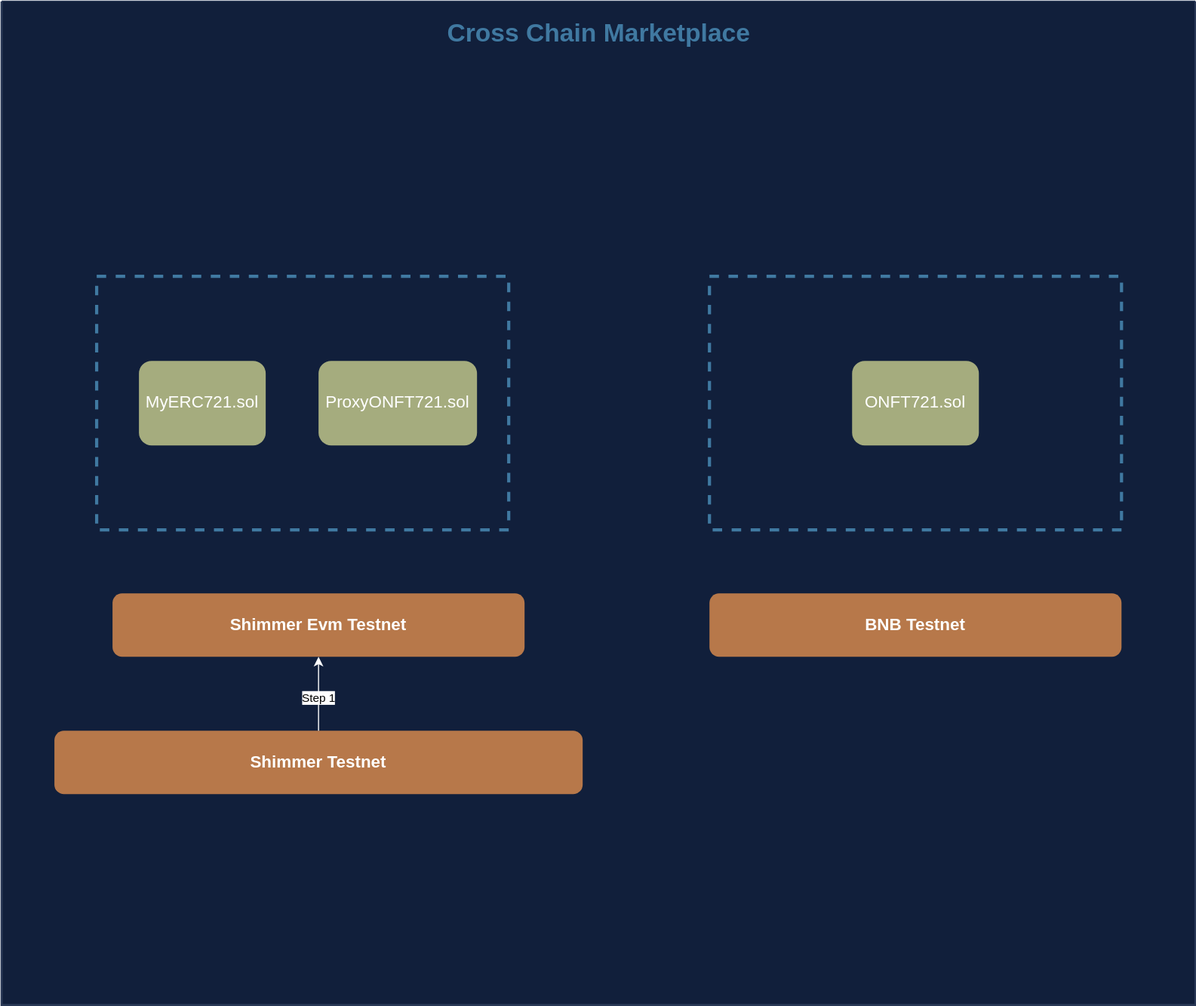
Earlier version of the draw.io export imgs/Architecture.drawio.svg (iota-community/ISC---cross-chain-NFT-Marketplace). Source tidied: cells renumbered, new cells last; positions are measured from the earlier drawing's top-left corner, leaving out a move shared by most shapes.
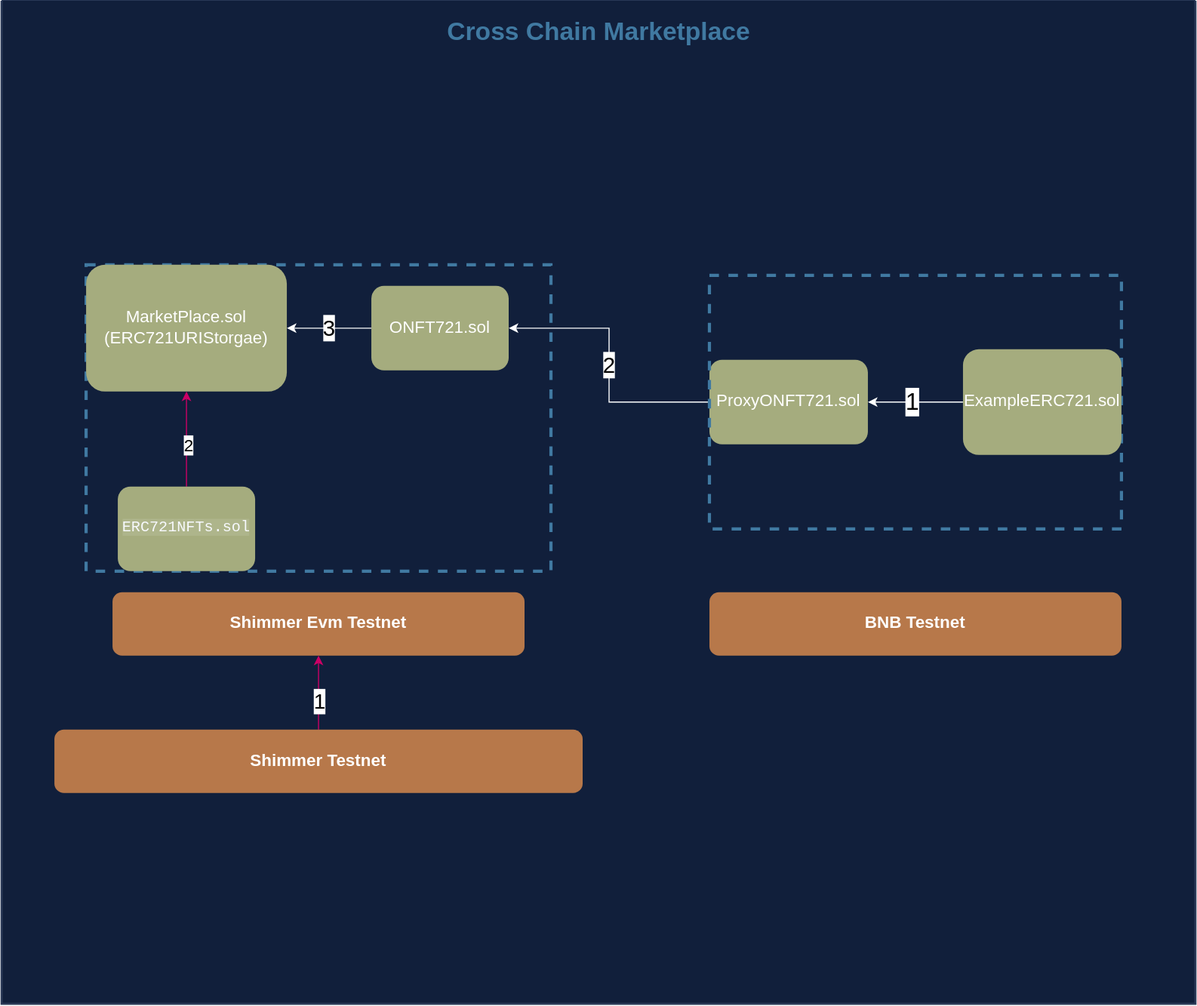
The same diagram one commit later.

Diff of the diagram source:
```diff
@@ -20,6 +20,12 @@
         <mxPoint y="-17" as="offset" />
       </mxGeometry>
     </mxCell>
+    <mxCell id="16" style="edgeStyle=orthogonalEdgeStyle;rounded=0;jettySize=auto;html=1;exitX=0.5;exitY=0;exitDx=0;exitDy=0;entryX=0.5;entryY=1;entryDx=0;entryDy=0;strokeColor=#CC0066;" parent="2" edge="1" source="6" target="7">
+      <mxGeometry relative="1" as="geometry" />
+    </mxCell>
+    <mxCell id="17" value="&lt;font style=&quot;font-size: 20px;&quot;&gt;1&lt;/font&gt;" style="edgeLabel;html=1;align=center;verticalAlign=middle;" parent="16" vertex="1">
+      <mxGeometry x="-0.21" relative="1" as="geometry" />
+    </mxCell>
     <mxCell id="6" value="&lt;span style=&quot;line-height: 1; font-size: 16px;&quot;&gt;&lt;font style=&quot;font-size: 16px;&quot;&gt;&lt;b&gt;Shimmer Testnet&lt;/b&gt;&lt;/font&gt;&lt;/span&gt;" style="rounded=1;whiteSpace=wrap;html=1;fontFamily=Helvetica;fontSize=16;fillColor=#B7784A;spacingBottom=3;strokeColor=none;fontColor=#FFFFFF;" parent="2" vertex="1">
       <mxGeometry x="50" y="690" width="500" height="60" as="geometry" />
     </mxCell>
@@ -29,28 +35,47 @@
     <mxCell id="8" value="&lt;span style=&quot;line-height: 1; font-size: 16px;&quot;&gt;&lt;font style=&quot;font-size: 16px;&quot;&gt;&lt;b&gt;BNB Testnet&lt;/b&gt;&lt;/font&gt;&lt;/span&gt;" style="rounded=1;whiteSpace=wrap;html=1;fontFamily=Helvetica;fontSize=16;fillColor=#B7784A;spacingBottom=3;strokeColor=none;fontColor=#FFFFFF;" parent="2" vertex="1">
       <mxGeometry x="670" y="560" width="390" height="60" as="geometry" />
     </mxCell>
-    <mxCell id="9" style="endArrow=classic;html=1;rounded=0;exitX=0.5;exitY=0;exitDx=0;exitDy=0;strokeColor=#FFFFFF;" parent="2" edge="1" source="6">
-      <mxGeometry relative="1" as="geometry">
-        <mxPoint x="300" y="620" as="targetPoint" />
-      </mxGeometry>
-    </mxCell>
-    <mxCell id="10" value="Step 1" style="edgeLabel;html=1;align=center;verticalAlign=middle;" parent="9" vertex="1">
-      <mxGeometry x="-0.09" y="1" relative="1" as="geometry" />
-    </mxCell>
     <mxCell id="11" style="rounded=0;whiteSpace=wrap;html=1;dashed=1;fontFamily=Helvetica;fontSize=16;fontColor=#4079A1;strokeColor=#4079A1;strokeWidth=3;fillColor=none;fontStyle=1;spacingRight=0;align=left;spacingLeft=14;" parent="2" vertex="1">
-      <mxGeometry x="90" y="260" width="390" height="240" as="geometry" />
+      <mxGeometry x="80" y="250" width="440" height="290" as="geometry" />
     </mxCell>
-    <mxCell id="12" value="MyERC721.sol" style="rounded=1;whiteSpace=wrap;html=1;fontFamily=Helvetica;fontSize=16;fillColor=#A5AC7E;spacingBottom=3;strokeColor=none;fontColor=#FFFFFF;" parent="2" vertex="1">
-      <mxGeometry x="130" y="340" width="120" height="80" as="geometry" />
+    <mxCell id="12" value="MarketPlace.sol&lt;div&gt;(ERC721URIStorgae)&lt;/div&gt;" style="rounded=1;whiteSpace=wrap;html=1;fontFamily=Helvetica;fontSize=16;fillColor=#A5AC7E;spacingBottom=3;strokeColor=none;fontColor=#FFFFFF;" parent="2" vertex="1">
+      <mxGeometry x="80" y="250" width="190" height="120" as="geometry" />
     </mxCell>
     <mxCell id="13" value="ProxyONFT721.sol" style="rounded=1;whiteSpace=wrap;html=1;fontFamily=Helvetica;fontSize=16;fillColor=#A5AC7E;spacingBottom=3;strokeColor=none;fontColor=#FFFFFF;" parent="2" vertex="1">
-      <mxGeometry x="300" y="340" width="150" height="80" as="geometry" />
+      <mxGeometry x="670" y="340" width="150" height="80" as="geometry" />
     </mxCell>
+    <mxCell id="18" value="&lt;font style=&quot;font-size: 21px;&quot;&gt;2&lt;/font&gt;" style="edgeStyle=orthogonalEdgeStyle;rounded=0;jettySize=auto;html=1;exitX=0;exitY=0.5;exitDx=0;exitDy=0;entryX=1;entryY=0.5;entryDx=0;entryDy=0;strokeColor=#FFFFFF;" parent="2" edge="1" source="14" target="15">
+      <mxGeometry relative="1" as="geometry" />
+    </mxCell>
     <mxCell id="14" style="rounded=0;whiteSpace=wrap;html=1;dashed=1;fontFamily=Helvetica;fontSize=16;fontColor=#4079A1;strokeColor=#4079A1;strokeWidth=3;fillColor=none;fontStyle=1;spacingRight=0;align=left;spacingLeft=14;" parent="2" vertex="1">
       <mxGeometry x="670" y="260" width="390" height="240" as="geometry" />
     </mxCell>
+    <mxCell id="19" value="&lt;font style=&quot;font-size: 21px;&quot;&gt;3&lt;/font&gt;" style="edgeStyle=orthogonalEdgeStyle;rounded=0;jettySize=auto;html=1;exitX=0;exitY=0.5;exitDx=0;exitDy=0;entryX=1;entryY=0.5;entryDx=0;entryDy=0;strokeColor=#FFFFFF;" parent="2" edge="1" source="15" target="12">
+      <mxGeometry relative="1" as="geometry" />
+    </mxCell>
     <mxCell id="15" value="ONFT721.sol" style="rounded=1;whiteSpace=wrap;html=1;fontFamily=Helvetica;fontSize=16;fillColor=#A5AC7E;spacingBottom=3;strokeColor=none;fontColor=#FFFFFF;" parent="2" vertex="1">
-      <mxGeometry x="805" y="340" width="120" height="80" as="geometry" />
+      <mxGeometry x="350" y="270" width="130" height="80" as="geometry" />
     </mxCell>
+    <mxCell id="20" style="edgeStyle=orthogonalEdgeStyle;rounded=0;jettySize=auto;html=1;strokeColor=#FFFFFF;" parent="2" edge="1" source="22" target="13">
+      <mxGeometry relative="1" as="geometry" />
+    </mxCell>
+    <mxCell id="21" value="&lt;font style=&quot;font-size: 23px;&quot;&gt;1&lt;/font&gt;" style="edgeLabel;html=1;align=center;verticalAlign=middle;" parent="20" vertex="1">
+      <mxGeometry x="0.09" y="-1" relative="1" as="geometry" />
+    </mxCell>
+    <mxCell id="22" value="ExampleERC721.sol" style="rounded=1;whiteSpace=wrap;html=1;fontFamily=Helvetica;fontSize=16;fillColor=#A5AC7E;spacingBottom=3;strokeColor=none;fontColor=#FFFFFF;" parent="2" vertex="1">
+      <mxGeometry x="910" y="330" width="150" height="100" as="geometry" />
+    </mxCell>
+    <mxCell id="23" style="edgeStyle=orthogonalEdgeStyle;rounded=0;jettySize=auto;html=1;exitX=0.5;exitY=0;exitDx=0;exitDy=0;strokeColor=#CC0066;" parent="2" edge="1" source="26" target="12">
+      <mxGeometry relative="1" as="geometry" />
+    </mxCell>
+    <mxCell id="24" value="2" style="edgeLabel;html=1;align=center;verticalAlign=middle;" parent="23" vertex="1">
+      <mxGeometry x="-0.12" y="-1" relative="1" as="geometry" />
+    </mxCell>
+    <mxCell id="25" value="&lt;font style=&quot;font-size: 16px;&quot;&gt;2&lt;/font&gt;" style="edgeLabel;html=1;align=center;verticalAlign=middle;" parent="23" vertex="1">
+      <mxGeometry x="-0.11" y="-1" relative="1" as="geometry" />
+    </mxCell>
+    <mxCell id="26" value="&lt;span style=&quot;color: rgb(247, 249, 253); font-family: SFMono-Regular, Menlo, Monaco, Consolas, &amp;quot;Liberation Mono&amp;quot;, &amp;quot;Courier New&amp;quot;, monospace; font-size: 14.4px; text-align: start; background-color: rgba(255, 255, 255, 0.1);&quot;&gt;ERC721NFTs.sol&lt;/span&gt;" style="rounded=1;whiteSpace=wrap;html=1;fontFamily=Helvetica;fontSize=16;fillColor=#A5AC7E;spacingBottom=3;strokeColor=none;fontColor=#FFFFFF;" parent="2" vertex="1">
+      <mxGeometry x="110" y="460" width="130" height="80" as="geometry" />
+    </mxCell>
   </root>
 </mxGraphModel>
```
